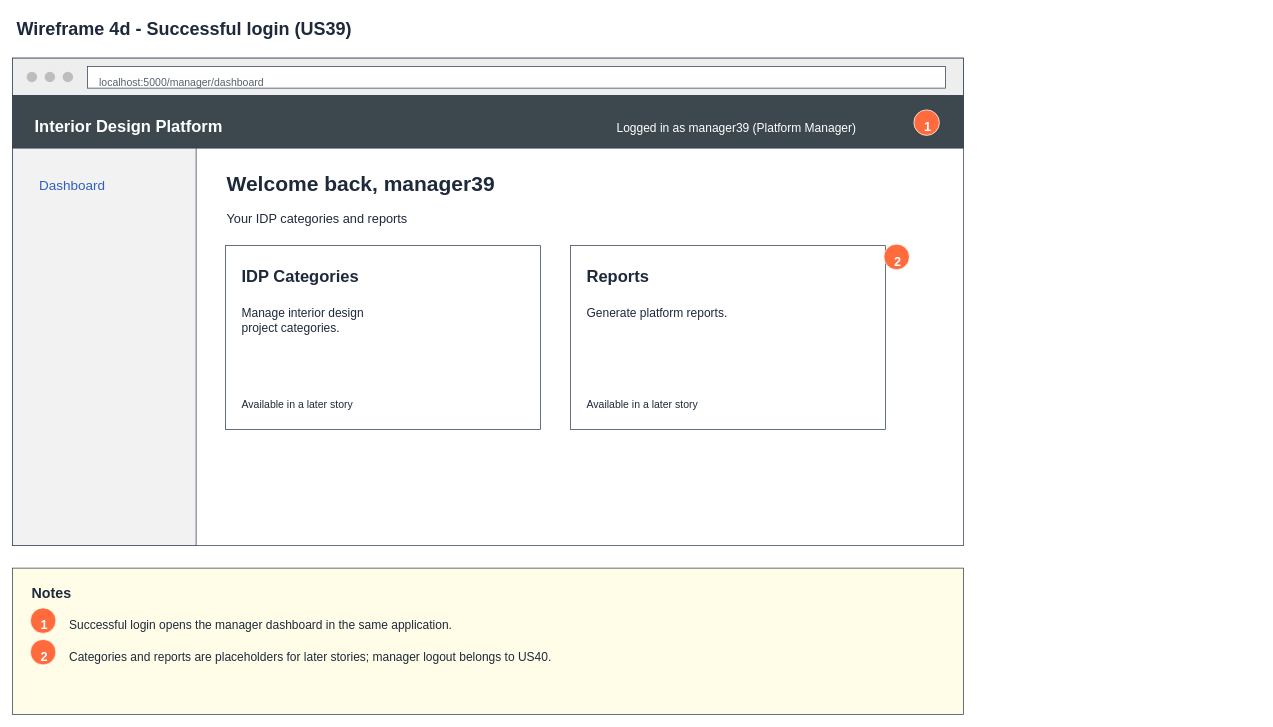
Before: page "4d Wireframe - Manager dashboard" (5 of 7) of Sprint_2/US39 - Platform Manager Log in/US39 Platform manager log in.drawio in Hanzxc/CSIT314-ARCHSS, a draw.io diagram. Source tidied: cells renumbered, new cells numbered last; positions are measured from the earlier drawing's top-left corner, leaving out a move shared by most shapes. Both pictures are drawn from the tidied source at 75%, with x=0, y=0 at pixel (12, 12).
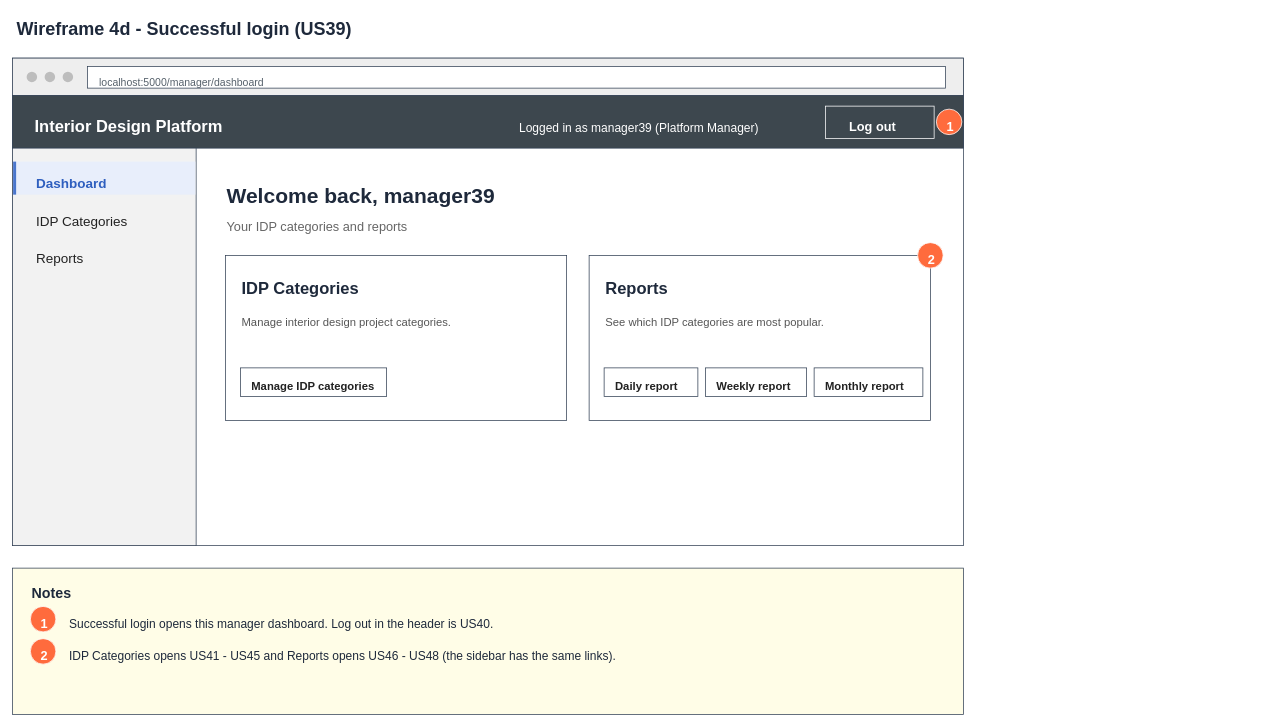
Above is the later version.

Change to the diagram source:
```diff
@@
     <mxCell id="12" value="Logged in as manager39 (Platform Manager)" style="text;html=0;align=left;verticalAlign=top;fontSize=16;fontStyle=0;fontColor=#ffffff;" parent="1" vertex="1">
-      <mxGeometry x="804" y="138" width="440" height="23" as="geometry" />
+      <mxGeometry x="674" y="138" width="400" height="23" as="geometry" />
     </mxCell>
-    <mxCell id="13" style="rounded=0;whiteSpace=wrap;fillColor=#f2f2f2;strokeColor=#334155;" parent="1" vertex="1">
-      <mxGeometry y="181" width="245" height="530" as="geometry" />
+    <mxCell id="13" style="rounded=0;whiteSpace=wrap;fillColor=#3d474e;strokeColor=#ffffff;" parent="1" vertex="1">
+      <mxGeometry x="1084" y="125" width="145" height="43" as="geometry" />
     </mxCell>
-    <mxCell id="14" value="Dashboard" style="text;html=0;align=left;verticalAlign=top;fontSize=18;fontStyle=0;fontColor=#2f5fbf;" parent="1" vertex="1">
-      <mxGeometry x="34" y="213" width="200" height="25" as="geometry" />
+    <mxCell id="14" value="Log out" style="text;html=0;align=left;verticalAlign=top;fontSize=17;fontStyle=1;fontColor=#ffffff;" parent="1" vertex="1">
+      <mxGeometry x="1114" y="136" width="115" height="24" as="geometry" />
     </mxCell>
-    <mxCell id="15" value="Welcome back, manager39" style="text;html=0;align=left;verticalAlign=top;fontSize=28;fontStyle=1;fontColor=#1e293b;" parent="1" vertex="1">
-      <mxGeometry x="284" y="205" width="900" height="35" as="geometry" />
+    <mxCell id="15" style="rounded=0;whiteSpace=wrap;fillColor=#f2f2f2;strokeColor=#334155;" parent="1" vertex="1">
+      <mxGeometry y="181" width="245" height="530" as="geometry" />
     </mxCell>
-    <mxCell id="16" value="Your IDP categories and reports" style="text;html=0;align=left;verticalAlign=top;fontSize=17;fontStyle=0;fontColor=#1e293b;" parent="1" vertex="1">
-      <mxGeometry x="284" y="258" width="900" height="24" as="geometry" />
+    <mxCell id="16" style="rounded=0;whiteSpace=wrap;fillColor=#e8eefb;strokeColor=none;" parent="1" vertex="1">
+      <mxGeometry x="1" y="199" width="243" height="44" as="geometry" />
     </mxCell>
-    <mxCell id="17" style="rounded=0;whiteSpace=wrap;fillColor=#ffffff;strokeColor=#334155;" parent="1" vertex="1">
-      <mxGeometry x="284" y="311" width="420" height="245" as="geometry" />
+    <mxCell id="17" style="rounded=0;whiteSpace=wrap;fillColor=#4a76cc;strokeColor=none;" parent="1" vertex="1">
+      <mxGeometry x="1" y="199" width="4" height="44" as="geometry" />
     </mxCell>
-    <mxCell id="18" value="IDP Categories" style="text;html=0;align=left;verticalAlign=top;fontSize=22;fontStyle=1;fontColor=#1e293b;" parent="1" vertex="1">
-      <mxGeometry x="304" y="332" width="900" height="29" as="geometry" />
+    <mxCell id="18" value="Dashboard" style="text;html=0;align=left;verticalAlign=top;fontSize=18;fontStyle=1;fontColor=#2f5fbf;" parent="1" vertex="1">
+      <mxGeometry x="30" y="211" width="200" height="28" as="geometry" />
     </mxCell>
-    <mxCell id="19" value="Manage interior design&#10;project categories." style="text;html=0;align=left;verticalAlign=top;fontSize=16;fontStyle=0;fontColor=#1e293b;" parent="1" vertex="1">
-      <mxGeometry x="304" y="385" width="900" height="46" as="geometry" />
+    <mxCell id="19" value="IDP Categories" style="text;html=0;align=left;verticalAlign=top;fontSize=18;fontStyle=0;fontColor=#222222;" parent="1" vertex="1">
+      <mxGeometry x="30" y="261" width="200" height="28" as="geometry" />
     </mxCell>
-    <mxCell id="20" value="Available in a later story" style="text;html=0;align=left;verticalAlign=top;fontSize=14;fontStyle=0;fontColor=#1e293b;" parent="1" vertex="1">
-      <mxGeometry x="304" y="508" width="900" height="21" as="geometry" />
+    <mxCell id="20" value="Reports" style="text;html=0;align=left;verticalAlign=top;fontSize=18;fontStyle=0;fontColor=#222222;" parent="1" vertex="1">
+      <mxGeometry x="30" y="311" width="200" height="28" as="geometry" />
     </mxCell>
-    <mxCell id="21" style="rounded=0;whiteSpace=wrap;fillColor=#ffffff;strokeColor=#334155;" parent="1" vertex="1">
-      <mxGeometry x="744" y="311" width="420" height="245" as="geometry" />
+    <mxCell id="21" value="Welcome back, manager39" style="text;html=0;align=left;verticalAlign=top;fontSize=28;fontStyle=1;fontColor=#1e293b;" parent="1" vertex="1">
+      <mxGeometry x="284" y="221" width="900" height="35" as="geometry" />
     </mxCell>
-    <mxCell id="22" value="Reports" style="text;html=0;align=left;verticalAlign=top;fontSize=22;fontStyle=1;fontColor=#1e293b;" parent="1" vertex="1">
-      <mxGeometry x="764" y="332" width="900" height="29" as="geometry" />
+    <mxCell id="22" value="Your IDP categories and reports" style="text;html=0;align=left;verticalAlign=top;fontSize=17;fontStyle=0;fontColor=#666666;" parent="1" vertex="1">
+      <mxGeometry x="284" y="269" width="900" height="24" as="geometry" />
     </mxCell>
-    <mxCell id="23" value="Generate platform reports." style="text;html=0;align=left;verticalAlign=top;fontSize=16;fontStyle=0;fontColor=#1e293b;" parent="1" vertex="1">
-      <mxGeometry x="764" y="385" width="900" height="23" as="geometry" />
+    <mxCell id="23" style="rounded=0;whiteSpace=wrap;fillColor=#ffffff;strokeColor=#334155;" parent="1" vertex="1">
+      <mxGeometry x="284" y="324" width="455" height="220" as="geometry" />
     </mxCell>
-    <mxCell id="24" value="Available in a later story" style="text;html=0;align=left;verticalAlign=top;fontSize=14;fontStyle=0;fontColor=#1e293b;" parent="1" vertex="1">
-      <mxGeometry x="764" y="508" width="900" height="21" as="geometry" />
+    <mxCell id="24" value="IDP Categories" style="text;html=0;align=left;verticalAlign=top;fontSize=22;fontStyle=1;fontColor=#1e293b;" parent="1" vertex="1">
+      <mxGeometry x="304" y="348" width="400" height="34" as="geometry" />
     </mxCell>
-    <mxCell id="25" style="ellipse;fillColor=#ff6b3d;strokeColor=#ffffff;" parent="1" vertex="1">
-      <mxGeometry x="1202" y="130" width="34" height="34" as="geometry" />
+    <mxCell id="25" value="Manage interior design project categories." style="text;html=0;align=left;verticalAlign=top;fontSize=15;fontStyle=0;fontColor=#555555;" parent="1" vertex="1">
+      <mxGeometry x="304" y="398" width="415" height="24" as="geometry" />
     </mxCell>
-    <mxCell id="26" value="1" style="text;html=0;align=left;verticalAlign=top;fontSize=17;fontStyle=1;fontColor=#ffffff;" parent="1" vertex="1">
-      <mxGeometry x="1214" y="136" width="20" height="24" as="geometry" />
+    <mxCell id="26" style="rounded=0;whiteSpace=wrap;fillColor=#ffffff;strokeColor=#334155;" parent="1" vertex="1">
+      <mxGeometry x="304" y="474" width="195" height="38" as="geometry" />
     </mxCell>
-    <mxCell id="27" style="ellipse;fillColor=#ff6b3d;strokeColor=#ffffff;" parent="1" vertex="1">
-      <mxGeometry x="1162" y="309" width="34" height="34" as="geometry" />
+    <mxCell id="27" value="Manage IDP categories" style="text;html=0;align=left;verticalAlign=top;fontSize=15;fontStyle=1;fontColor=#222222;" parent="1" vertex="1">
+      <mxGeometry x="317" y="483" width="179" height="24" as="geometry" />
     </mxCell>
-    <mxCell id="28" value="2" style="text;html=0;align=left;verticalAlign=top;fontSize=17;fontStyle=1;fontColor=#ffffff;" parent="1" vertex="1">
-      <mxGeometry x="1174" y="315" width="20" height="24" as="geometry" />
+    <mxCell id="28" style="rounded=0;whiteSpace=wrap;fillColor=#ffffff;strokeColor=#334155;" parent="1" vertex="1">
+      <mxGeometry x="769" y="324" width="455" height="220" as="geometry" />
     </mxCell>
-    <mxCell id="29" style="rounded=0;whiteSpace=wrap;fillColor=#fffde7;strokeColor=#334155;" parent="1" vertex="1">
-      <mxGeometry y="741" width="1268" height="195" as="geometry" />
+    <mxCell id="29" value="Reports" style="text;html=0;align=left;verticalAlign=top;fontSize=22;fontStyle=1;fontColor=#1e293b;" parent="1" vertex="1">
+      <mxGeometry x="789" y="348" width="400" height="34" as="geometry" />
     </mxCell>
-    <mxCell id="30" value="Notes" style="text;html=0;align=left;verticalAlign=top;fontSize=19;fontStyle=1;fontColor=#1e293b;" parent="1" vertex="1">
-      <mxGeometry x="24" y="756" width="900" height="26" as="geometry" />
+    <mxCell id="30" value="See which IDP categories are most popular." style="text;html=0;align=left;verticalAlign=top;fontSize=15;fontStyle=0;fontColor=#555555;" parent="1" vertex="1">
+      <mxGeometry x="789" y="398" width="415" height="24" as="geometry" />
     </mxCell>
-    <mxCell id="31" style="ellipse;fillColor=#ff6b3d;strokeColor=#ffffff;" parent="1" vertex="1">
-      <mxGeometry x="24" y="794" width="34" height="34" as="geometry" />
+    <mxCell id="31" style="rounded=0;whiteSpace=wrap;fillColor=#ffffff;strokeColor=#334155;" parent="1" vertex="1">
+      <mxGeometry x="789" y="474" width="125" height="38" as="geometry" />
     </mxCell>
-    <mxCell id="32" value="1" style="text;html=0;align=left;verticalAlign=top;fontSize=17;fontStyle=1;fontColor=#ffffff;" parent="1" vertex="1">
-      <mxGeometry x="36" y="800" width="20" height="24" as="geometry" />
+    <mxCell id="32" value="Daily report" style="text;html=0;align=left;verticalAlign=top;fontSize=15;fontStyle=1;fontColor=#222222;" parent="1" vertex="1">
+      <mxGeometry x="802" y="483" width="109" height="24" as="geometry" />
     </mxCell>
-    <mxCell id="33" value="Successful login opens the manager dashboard in the same application." style="text;html=0;align=left;verticalAlign=top;fontSize=16;fontStyle=0;fontColor=#1e293b;" parent="1" vertex="1">
-      <mxGeometry x="74" y="801" width="1160" height="23" as="geometry" />
+    <mxCell id="33" style="rounded=0;whiteSpace=wrap;fillColor=#ffffff;strokeColor=#334155;" parent="1" vertex="1">
+      <mxGeometry x="924" y="474" width="135" height="38" as="geometry" />
     </mxCell>
-    <mxCell id="34" style="ellipse;fillColor=#ff6b3d;strokeColor=#ffffff;" parent="1" vertex="1">
-      <mxGeometry x="24" y="836" width="34" height="34" as="geometry" />
+    <mxCell id="34" value="Weekly report" style="text;html=0;align=left;verticalAlign=top;fontSize=15;fontStyle=1;fontColor=#222222;" parent="1" vertex="1">
+      <mxGeometry x="937" y="483" width="119" height="24" as="geometry" />
     </mxCell>
-    <mxCell id="35" value="2" style="text;html=0;align=left;verticalAlign=top;fontSize=17;fontStyle=1;fontColor=#ffffff;" parent="1" vertex="1">
-      <mxGeometry x="36" y="842" width="20" height="24" as="geometry" />
+    <mxCell id="35" style="rounded=0;whiteSpace=wrap;fillColor=#ffffff;strokeColor=#334155;" parent="1" vertex="1">
+      <mxGeometry x="1069" y="474" width="145" height="38" as="geometry" />
     </mxCell>
-    <mxCell id="36" value="Categories and reports are placeholders for later stories; manager logout belongs to US40." style="text;html=0;align=left;verticalAlign=top;fontSize=16;fontStyle=0;fontColor=#1e293b;" parent="1" vertex="1">
-      <mxGeometry x="74" y="843" width="1160" height="23" as="geometry" />
+    <mxCell id="36" value="Monthly report" style="text;html=0;align=left;verticalAlign=top;fontSize=15;fontStyle=1;fontColor=#222222;" parent="1" vertex="1">
+      <mxGeometry x="1082" y="483" width="129" height="24" as="geometry" />
     </mxCell>
+    <mxCell id="37" style="ellipse;fillColor=#ff6b3d;strokeColor=#ffffff;" parent="1" vertex="1">
+      <mxGeometry x="1232" y="129" width="34" height="34" as="geometry" />
+    </mxCell>
+    <mxCell id="38" value="1" style="text;html=0;align=left;verticalAlign=top;fontSize=17;fontStyle=1;fontColor=#ffffff;" parent="1" vertex="1">
+      <mxGeometry x="1244" y="135" width="20" height="24" as="geometry" />
+    </mxCell>
+    <mxCell id="39" style="ellipse;fillColor=#ff6b3d;strokeColor=#ffffff;" parent="1" vertex="1">
+      <mxGeometry x="1207" y="307" width="34" height="34" as="geometry" />
+    </mxCell>
+    <mxCell id="40" value="2" style="text;html=0;align=left;verticalAlign=top;fontSize=17;fontStyle=1;fontColor=#ffffff;" parent="1" vertex="1">
+      <mxGeometry x="1219" y="313" width="20" height="24" as="geometry" />
+    </mxCell>
+    <mxCell id="41" style="rounded=0;whiteSpace=wrap;fillColor=#fffde7;strokeColor=#334155;" parent="1" vertex="1">
+      <mxGeometry y="741" width="1268" height="195" as="geometry" />
+    </mxCell>
+    <mxCell id="42" value="Notes" style="text;html=0;align=left;verticalAlign=top;fontSize=19;fontStyle=1;fontColor=#1e293b;" parent="1" vertex="1">
+      <mxGeometry x="24" y="756" width="900" height="26" as="geometry" />
+    </mxCell>
+    <mxCell id="43" style="ellipse;fillColor=#ff6b3d;strokeColor=#ffffff;" parent="1" vertex="1">
+      <mxGeometry x="24" y="792" width="34" height="34" as="geometry" />
+    </mxCell>
+    <mxCell id="44" value="1" style="text;html=0;align=left;verticalAlign=top;fontSize=17;fontStyle=1;fontColor=#ffffff;" parent="1" vertex="1">
+      <mxGeometry x="36" y="798" width="20" height="24" as="geometry" />
+    </mxCell>
+    <mxCell id="45" value="Successful login opens this manager dashboard. Log out in the header is US40." style="text;html=0;align=left;verticalAlign=top;fontSize=16;fontStyle=0;fontColor=#1e293b;" parent="1" vertex="1">
+      <mxGeometry x="74" y="799" width="1180" height="23" as="geometry" />
+    </mxCell>
+    <mxCell id="46" style="ellipse;fillColor=#ff6b3d;strokeColor=#ffffff;" parent="1" vertex="1">
+      <mxGeometry x="24" y="835" width="34" height="34" as="geometry" />
+    </mxCell>
+    <mxCell id="47" value="2" style="text;html=0;align=left;verticalAlign=top;fontSize=17;fontStyle=1;fontColor=#ffffff;" parent="1" vertex="1">
+      <mxGeometry x="36" y="841" width="20" height="24" as="geometry" />
+    </mxCell>
+    <mxCell id="48" value="IDP Categories opens US41 - US45 and Reports opens US46 - US48 (the sidebar has the same links)." style="text;html=0;align=left;verticalAlign=top;fontSize=16;fontStyle=0;fontColor=#1e293b;" parent="1" vertex="1">
+      <mxGeometry x="74" y="842" width="1180" height="23" as="geometry" />
+    </mxCell>
```
